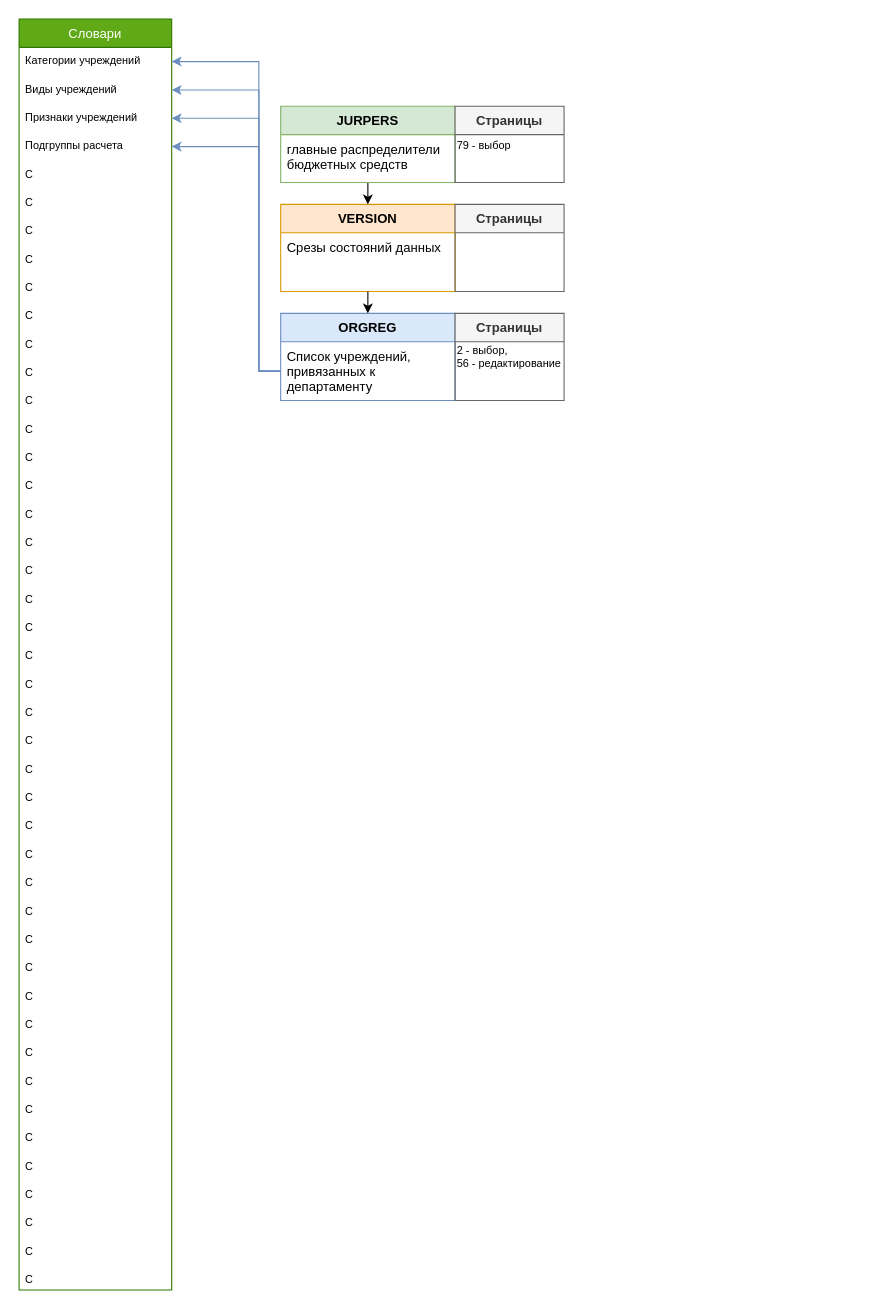
VasuaLun/ff keeps this draw.io diagram as page "Учреждения(+)" (1 of 2) of Untitled Diagram.drawio. Above is the earlier version. Source tidied: cells renumbered, new cells numbered last; positions are measured from the earlier drawing's top-left corner, leaving out a move shared by most shapes. Both pictures are drawn from the tidied source at 109%, with x=0, y=0 at pixel (19, 19).
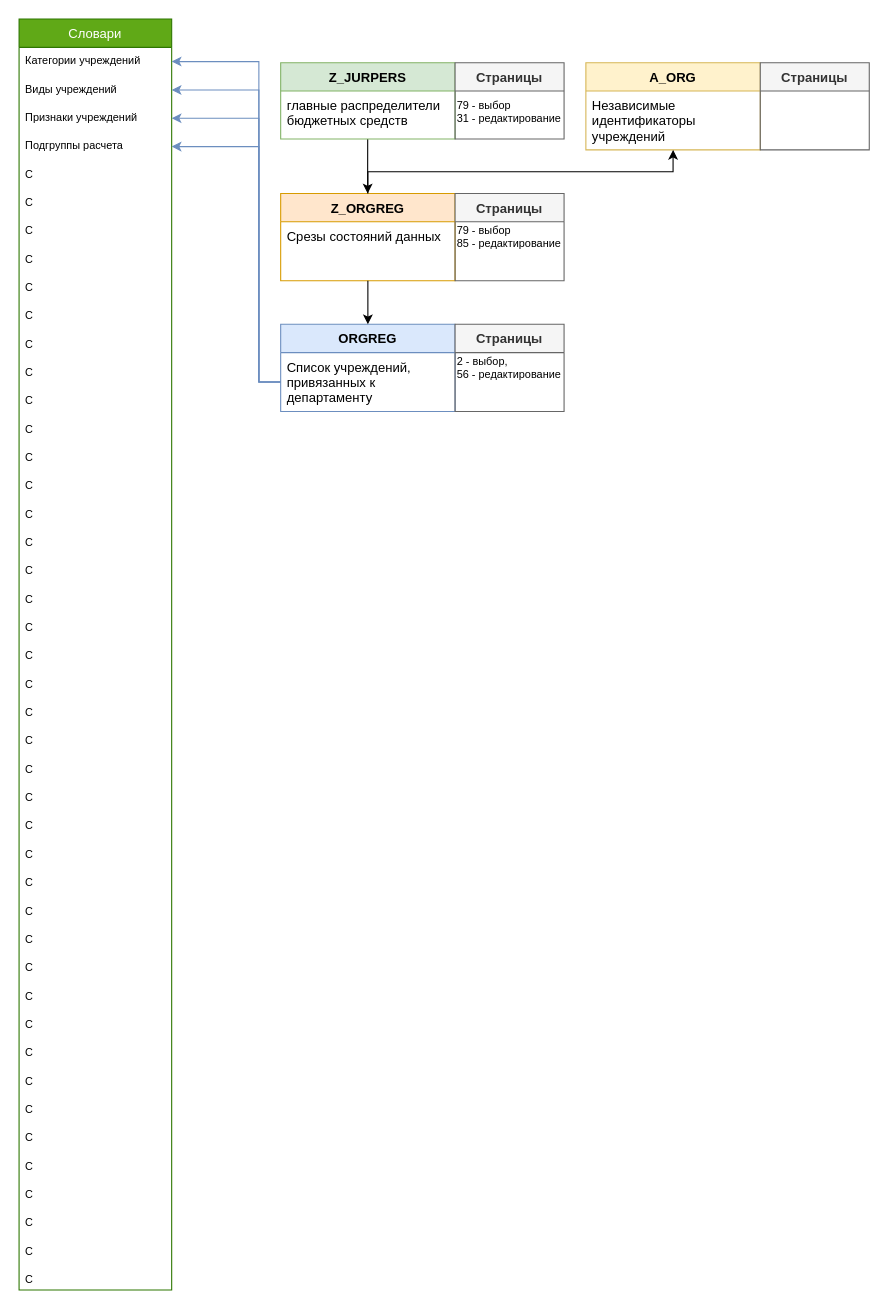
The same diagram, later.

Unchanged cells that the change refers to:
```xml
<mxCell id="4" value="Список учреждений, &#10;привязанных к &#10;департаменту" style="text;strokeColor=none;fillColor=none;align=left;verticalAlign=top;spacingLeft=4;spacingRight=4;overflow=hidden;points=[[0,0.5],[1,0.5]];portConstraint=eastwest;" parent="3" vertex="1">
  <mxGeometry y="26" width="160" height="54" as="geometry" />
</mxCell>
<mxCell id="15" value="главные распределители&#10;бюджетных средств" style="text;strokeColor=none;fillColor=none;align=left;verticalAlign=top;spacingLeft=4;spacingRight=4;overflow=hidden;points=[[0,0.5],[1,0.5]];portConstraint=eastwest;" parent="14" vertex="1">
  <mxGeometry y="26" width="160" height="44" as="geometry" />
</mxCell>
<mxCell id="20" value="Категории учреждений" style="text;strokeColor=none;fillColor=none;align=left;verticalAlign=top;spacingLeft=4;spacingRight=4;overflow=hidden;points=[[0,0.5],[1,0.5]];portConstraint=eastwest;fontSize=10;" parent="19" vertex="1">
  <mxGeometry y="26" width="140" height="26" as="geometry" />
</mxCell>
<mxCell id="21" value="Виды учреждений" style="text;strokeColor=none;fillColor=none;align=left;verticalAlign=top;spacingLeft=4;spacingRight=4;overflow=hidden;points=[[0,0.5],[1,0.5]];portConstraint=eastwest;fontSize=10;" parent="19" vertex="1">
  <mxGeometry y="52" width="140" height="26" as="geometry" />
</mxCell>
<mxCell id="22" value="Признаки учреждений" style="text;strokeColor=none;fillColor=none;align=left;verticalAlign=top;spacingLeft=4;spacingRight=4;overflow=hidden;points=[[0,0.5],[1,0.5]];portConstraint=eastwest;fontSize=10;" parent="19" vertex="1">
  <mxGeometry y="78" width="140" height="26" as="geometry" />
</mxCell>
<mxCell id="23" value="Подгруппы расчета" style="text;strokeColor=none;fillColor=none;align=left;verticalAlign=top;spacingLeft=4;spacingRight=4;overflow=hidden;points=[[0,0.5],[1,0.5]];portConstraint=eastwest;fontSize=10;" parent="19" vertex="1">
  <mxGeometry y="104" width="140" height="26" as="geometry" />
</mxCell>
```

What changed in the source:
```diff
@@
     <mxCell id="2" style="group;" parent="1" vertex="1">
-      <mxGeometry x="240" y="270" width="260" height="80" as="geometry" />
+      <mxGeometry x="240" y="280" width="260" height="80" as="geometry" />
     </mxCell>
@@
     <mxCell id="6" style="group;" parent="1" vertex="1">
-      <mxGeometry x="240" y="170" width="260" height="80" as="geometry" />
+      <mxGeometry x="240" y="160" width="260" height="80" as="geometry" />
     </mxCell>
-    <mxCell id="7" value="VERSION" style="swimlane;fontStyle=1;align=center;verticalAlign=top;horizontal=1;startSize=26;fillColor=#ffe6cc;strokeColor=#d79b00;" parent="6" vertex="1">
+    <mxCell id="7" value="Z_ORGREG" style="swimlane;fontStyle=1;align=center;verticalAlign=top;horizontal=1;startSize=26;fillColor=#ffe6cc;strokeColor=#d79b00;" parent="6" vertex="1">
       <mxGeometry width="160" height="80" as="geometry" />
     </mxCell>
@@
-    <mxCell id="10" style="edgeStyle=orthogonalEdgeStyle;rounded=0;jettySize=auto;html=1;" parent="1" edge="1" target="7">
+    <mxCell id="10" style="edgeStyle=orthogonalEdgeStyle;rounded=0;jettySize=auto;html=1;exitX=0.499;exitY=0.998;exitDx=0;exitDy=0;exitPerimeter=0;" parent="1" edge="1" source="15" target="7">
       <mxGeometry relative="1" as="geometry">
-        <mxPoint x="320" y="150" as="sourcePoint" />
         <Array as="points">
-          <mxPoint x="320" y="150" />
+          <mxPoint x="320" y="140" />
+          <mxPoint x="320" y="140" />
         </Array>
       </mxGeometry>
     </mxCell>
@@
     <mxCell id="12" style="group;" parent="1" vertex="1">
-      <mxGeometry x="240" y="80" width="260" height="70" as="geometry" />
+      <mxGeometry x="240" y="40" width="270" height="70" as="geometry" />
     </mxCell>
     <mxCell id="13" style="group;" parent="12" vertex="1">
-      <mxGeometry width="260" height="70" as="geometry" />
+      <mxGeometry width="270" height="70" as="geometry" />
     </mxCell>
-    <mxCell id="14" value="JURPERS" style="swimlane;fontStyle=1;align=center;verticalAlign=top;horizontal=1;startSize=26;fillColor=#d5e8d4;strokeColor=#82b366;" parent="13" vertex="1">
+    <mxCell id="14" value="Z_JURPERS" style="swimlane;fontStyle=1;align=center;verticalAlign=top;horizontal=1;startSize=26;fillColor=#d5e8d4;strokeColor=#82b366;" parent="13" vertex="1">
       <mxGeometry width="160" height="70" as="geometry" />
     </mxCell>
@@
-    <mxCell id="16" value="79 - выбор" style="text;html=1;align=left;verticalAlign=middle;strokeColor=none;fontSize=10;" parent="13" vertex="1">
-      <mxGeometry x="160" y="26" width="60" height="20" as="geometry" />
+    <mxCell id="16" value="79 - выбор&lt;br&gt;31 - редактирование" style="text;html=1;align=left;verticalAlign=middle;strokeColor=none;fontSize=10;" parent="13" vertex="1">
+      <mxGeometry x="160" y="30" width="110" height="30" as="geometry" />
     </mxCell>
@@
     <mxCell id="18" value="2 - выбор,&lt;br&gt;56 - редактирование" style="text;html=1;align=left;verticalAlign=middle;strokeColor=none;fontSize=10;" parent="1" vertex="1">
-      <mxGeometry x="400" y="295" width="110" height="30" as="geometry" />
+      <mxGeometry x="400" y="305" width="110" height="30" as="geometry" />
     </mxCell>
@@
     <mxCell id="64" style="edgeStyle=orthogonalEdgeStyle;rounded=0;jettySize=auto;html=1;entryX=1;entryY=0.5;entryDx=0;entryDy=0;fontSize=10;fillColor=#dae8fc;strokeColor=#6c8ebf;" parent="1" edge="1" source="4" target="23">
       <mxGeometry relative="1" as="geometry">
         <Array as="points">
-          <mxPoint x="220" y="323" />
+          <mxPoint x="220" y="333" />
           <mxPoint x="220" y="117" />
         </Array>
       </mxGeometry>
     </mxCell>
     <mxCell id="65" style="edgeStyle=orthogonalEdgeStyle;rounded=0;jettySize=auto;html=1;entryX=1;entryY=0.5;entryDx=0;entryDy=0;fontSize=10;fillColor=#dae8fc;strokeColor=#6c8ebf;" parent="1" edge="1" source="4" target="22">
       <mxGeometry relative="1" as="geometry">
         <Array as="points">
-          <mxPoint x="220" y="323" />
+          <mxPoint x="220" y="333" />
           <mxPoint x="220" y="91" />
         </Array>
       </mxGeometry>
     </mxCell>
     <mxCell id="66" style="edgeStyle=orthogonalEdgeStyle;rounded=0;jettySize=auto;html=1;entryX=1;entryY=0.5;entryDx=0;entryDy=0;fontSize=10;fillColor=#dae8fc;strokeColor=#6c8ebf;" parent="1" edge="1" source="4" target="21">
       <mxGeometry relative="1" as="geometry">
         <Array as="points">
-          <mxPoint x="220" y="323" />
+          <mxPoint x="220" y="333" />
           <mxPoint x="220" y="65" />
         </Array>
       </mxGeometry>
     </mxCell>
     <mxCell id="67" style="edgeStyle=orthogonalEdgeStyle;rounded=0;jettySize=auto;html=1;entryX=1;entryY=0.5;entryDx=0;entryDy=0;fontSize=10;fillColor=#dae8fc;strokeColor=#6c8ebf;exitX=0;exitY=0.5;exitDx=0;exitDy=0;" parent="1" edge="1" source="4" target="20">
       <mxGeometry relative="1" as="geometry">
         <Array as="points">
-          <mxPoint x="220" y="323" />
+          <mxPoint x="220" y="333" />
           <mxPoint x="220" y="39" />
         </Array>
       </mxGeometry>
     </mxCell>
+    <mxCell id="68" value="79 - выбор&lt;br&gt;85 - редактирование" style="text;html=1;align=left;verticalAlign=middle;strokeColor=none;fontSize=10;" parent="1" vertex="1">
+      <mxGeometry x="400" y="185" width="110" height="30" as="geometry" />
+    </mxCell>
+    <mxCell id="69" style="group;" parent="1" vertex="1">
+      <mxGeometry x="520" y="40" width="260" height="80" as="geometry" />
+    </mxCell>
+    <mxCell id="70" value="A_ORG" style="swimlane;fontStyle=1;align=center;verticalAlign=top;horizontal=1;startSize=26;fillColor=#fff2cc;strokeColor=#d6b656;" parent="69" vertex="1">
+      <mxGeometry width="160" height="80" as="geometry" />
+    </mxCell>
+    <mxCell id="71" value="Независимые &#10;идентификаторы &#10;учреждений" style="text;strokeColor=none;fillColor=none;align=left;verticalAlign=top;spacingLeft=4;spacingRight=4;overflow=hidden;points=[[0,0.5],[1,0.5]];portConstraint=eastwest;" parent="70" vertex="1">
+      <mxGeometry y="26" width="160" height="54" as="geometry" />
+    </mxCell>
+    <mxCell id="72" value="Страницы" style="swimlane;fontStyle=1;align=center;verticalAlign=top;horizontal=1;startSize=26;fillColor=#f5f5f5;strokeColor=#666666;fontColor=#333333;" parent="69" vertex="1">
+      <mxGeometry x="160" width="100" height="80" as="geometry" />
+    </mxCell>
+    <mxCell id="73" style="edgeStyle=orthogonalEdgeStyle;rounded=0;jettySize=auto;html=1;fontSize=10;" parent="1" edge="1" target="71">
+      <mxGeometry relative="1" as="geometry">
+        <mxPoint x="320" y="160" as="sourcePoint" />
+        <Array as="points">
+          <mxPoint x="320" y="140" />
+          <mxPoint x="600" y="140" />
+        </Array>
+      </mxGeometry>
+    </mxCell>
```
